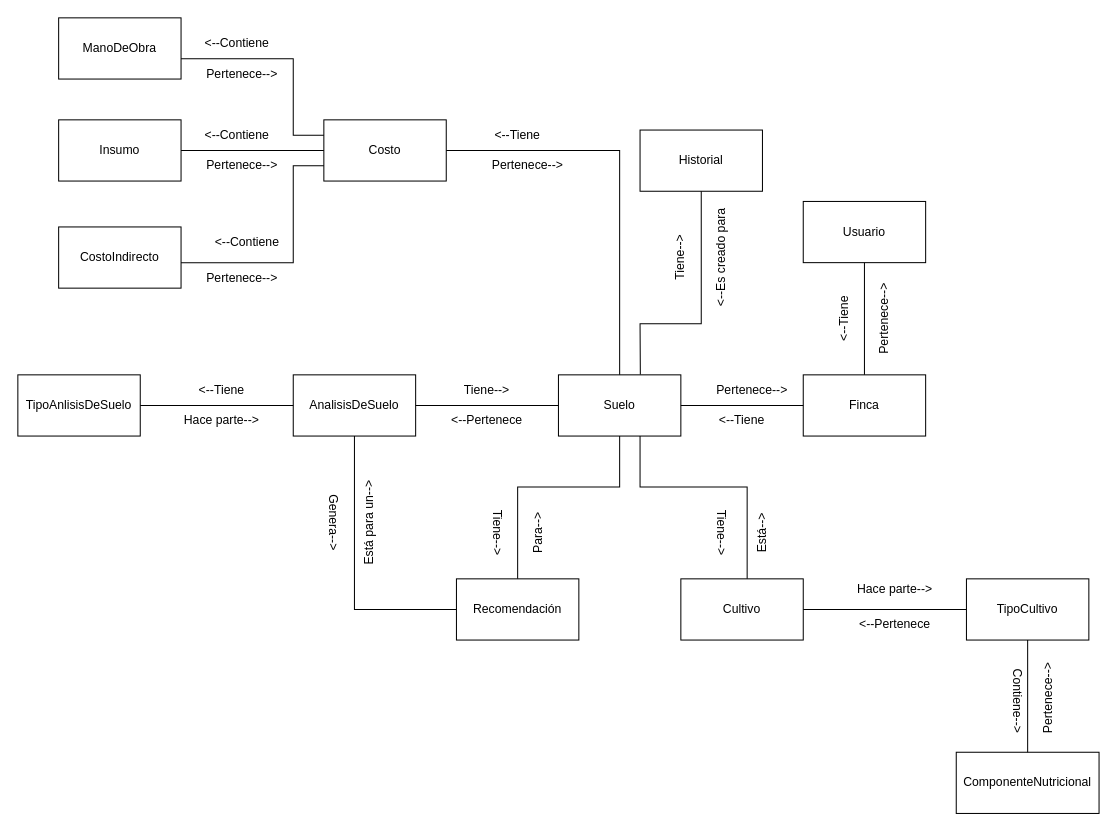
The draw.io diagram CropScan.drawio in 1193090526alexander/IngenieriaDeSotwareII, before the edit. Source tidied: cells renumbered, new cells numbered last; positions are measured from the earlier drawing's top-left corner, leaving out a move shared by most shapes. Both pictures are drawn from the tidied source at 102%, with x=0, y=0 at pixel (17, 17).
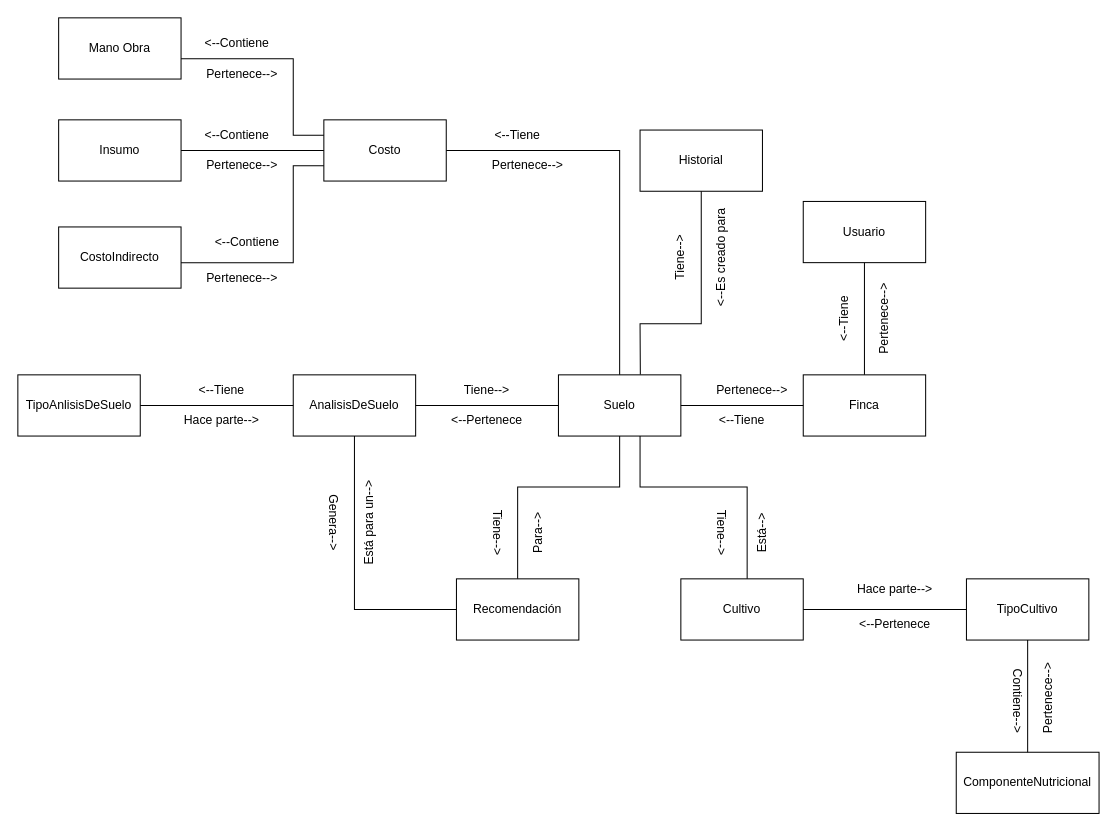
The same diagram, later.

The edit, as a diff of the source:
```diff
@@
-    <mxCell id="16" value="ManoDeObra" style="rounded=0;whiteSpace=wrap;html=1;" parent="1" vertex="1">
+    <mxCell id="16" value="Mano Obra" style="rounded=0;whiteSpace=wrap;html=1;" parent="1" vertex="1">
       <mxGeometry x="40" width="120" height="60" as="geometry" />
     </mxCell>
```
